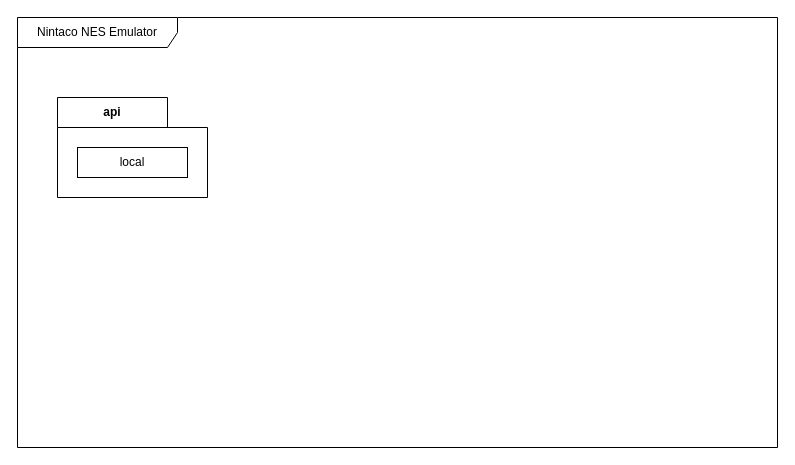
Above: page "nintaco-api" (2 of 2) of CAS/Drawio/8-bits-emulator.drawio in robotics-intelligent-systems/jfxlms (draw.io), before the change. Source tidied: cells renumbered, new cells numbered last; positions are measured from the earlier drawing's top-left corner, leaving out a move shared by most shapes. Both pictures are drawn from the tidied source at 100%, with x=0, y=0 at pixel (17, 17).
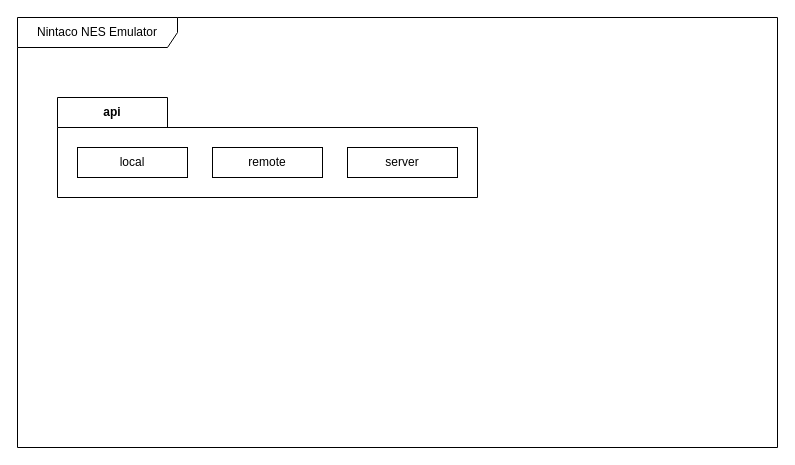
The same page after the edit.

Commit message (it also covers changes not shown here):
[fix] Including remote package

What changed in the source:
```diff
@@
 <mxGraphModel>
   <root>
     <mxCell id="0" />
     <mxCell id="1" parent="0" />
     <mxCell id="2" value="Nintaco NES Emulator" style="shape=umlFrame;whiteSpace=wrap;html=1;width=160;" parent="1" vertex="1">
       <mxGeometry width="760" height="430" as="geometry" />
     </mxCell>
     <mxCell id="3" value="api" style="shape=folder;fontStyle=1;tabWidth=110;tabHeight=30;tabPosition=left;html=1;boundedLbl=1;labelInHeader=1;whiteSpace=wrap;" parent="2" vertex="1">
-      <mxGeometry x="40" y="80" width="150" height="100" as="geometry" />
+      <mxGeometry x="40" y="80" width="420" height="100" as="geometry" />
     </mxCell>
     <mxCell id="4" value="local" style="html=1;whiteSpace=wrap;" parent="3" vertex="1">
       <mxGeometry width="110" height="30" relative="1" as="geometry">
         <mxPoint x="20" y="50" as="offset" />
       </mxGeometry>
     </mxCell>
+    <mxCell id="5" value="remote" style="html=1;whiteSpace=wrap;" parent="3" vertex="1">
+      <mxGeometry x="155" y="50" width="110" height="30" as="geometry" />
+    </mxCell>
+    <mxCell id="6" value="server" style="html=1;whiteSpace=wrap;" parent="3" vertex="1">
+      <mxGeometry x="290" y="50" width="110" height="30" as="geometry" />
+    </mxCell>
   </root>
 </mxGraphModel>
```
